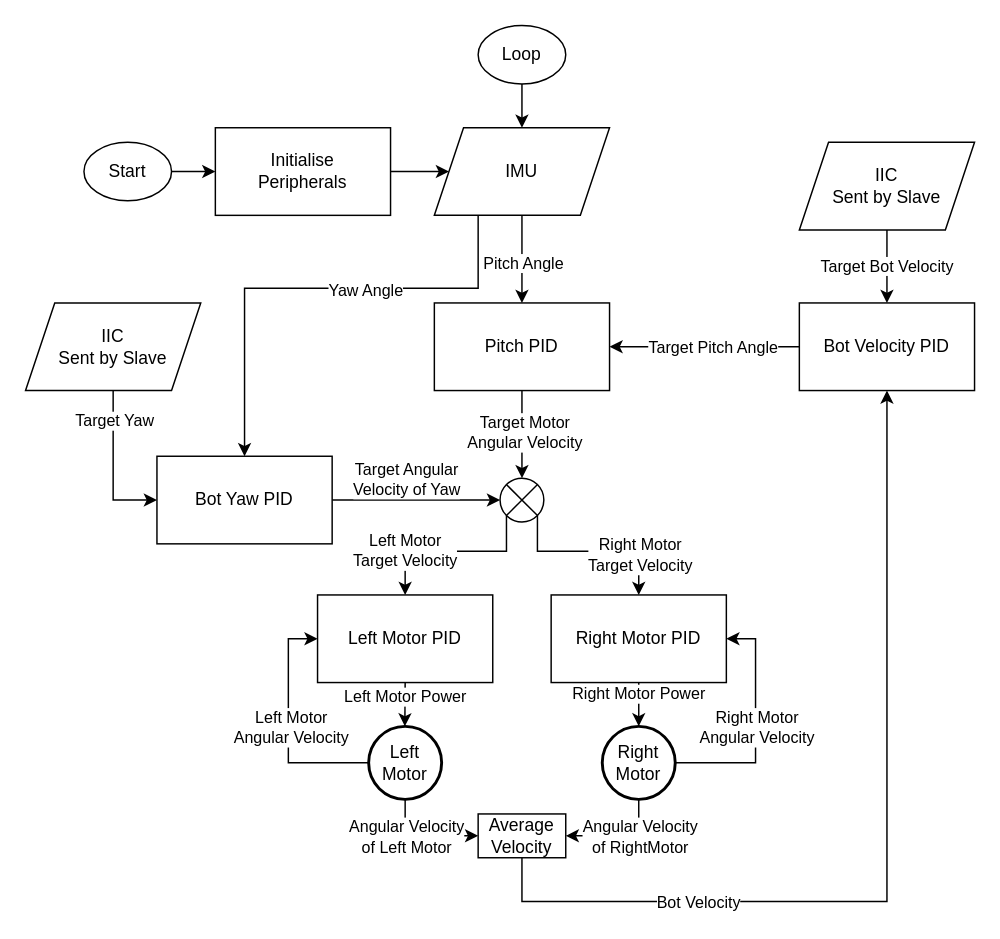
Before: docs/AIPS_Workflow.drawio in bryanli-ucl/AIPS, a draw.io diagram. Source tidied: cells renumbered, new cells numbered last; positions are measured from the earlier drawing's top-left corner, leaving out a move shared by most shapes. Both pictures are drawn from the tidied source at 146%, with x=0, y=0 at pixel (25, 25).
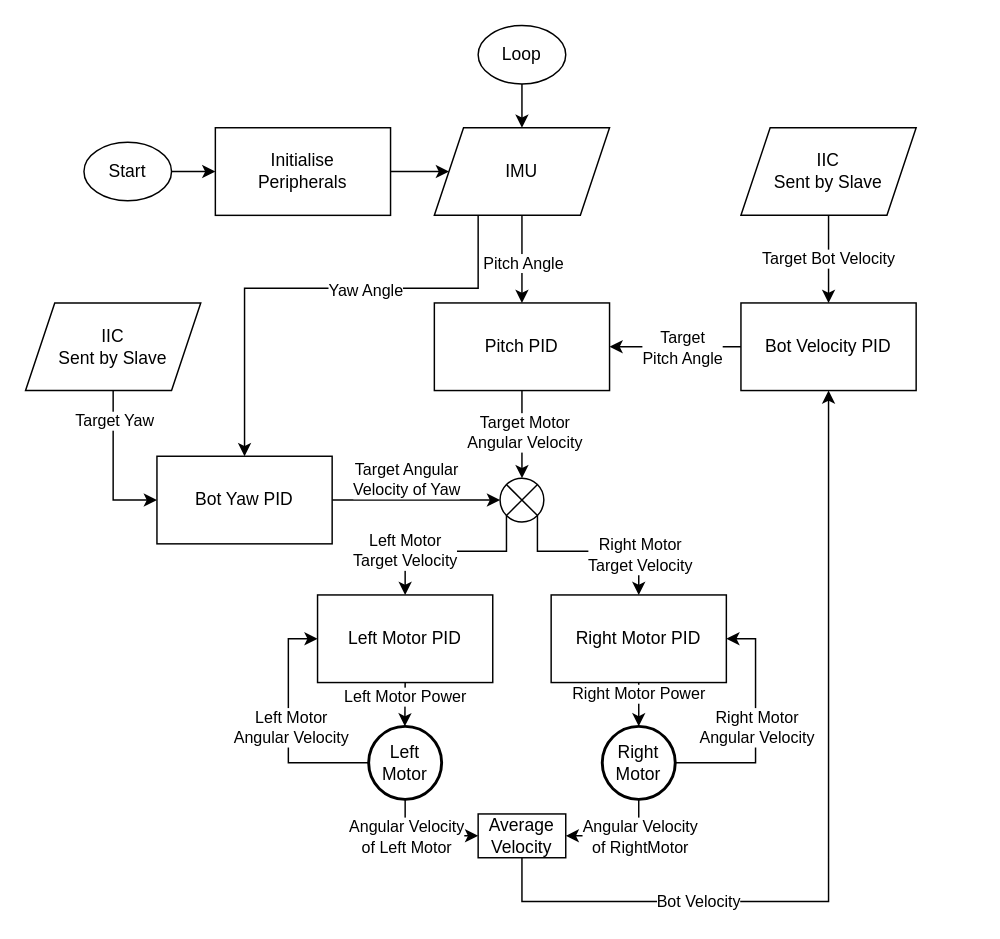
The same page after the edit.

The change refers to these unchanged cells:
```xml
<mxCell id="9" style="edgeStyle=orthogonalEdgeStyle;rounded=0;jettySize=auto;html=1;entryX=1;entryY=0.5;entryDx=0;entryDy=0;" parent="1" edge="1" source="11" target="4">
  <mxGeometry relative="1" as="geometry" />
</mxCell>
<mxCell id="50" value="Average&lt;div&gt;Velocity&lt;/div&gt;" style="whiteSpace=wrap;html=1;" parent="1" vertex="1">
  <mxGeometry x="310" y="540" width="60" height="30" as="geometry" />
</mxCell>
```

What changed in the source:
```diff
@@
-    <mxCell id="10" value="Target Pitch Angle" style="edgeLabel;html=1;align=center;verticalAlign=middle;" parent="9" vertex="1">
+    <mxCell id="10" value="Target&lt;div&gt;Pitch Angle&lt;/div&gt;" style="edgeLabel;html=1;align=center;verticalAlign=middle;" parent="9" vertex="1">
       <mxGeometry x="-0.03" relative="1" as="geometry">
         <mxPoint x="3" as="offset" />
       </mxGeometry>
     </mxCell>
     <mxCell id="11" value="Bot Velocity PID" style="whiteSpace=wrap;html=1;" parent="1" vertex="1">
-      <mxGeometry x="530" y="190" width="120" height="60" as="geometry" />
+      <mxGeometry x="490" y="190" width="120" height="60" as="geometry" />
     </mxCell>
@@
     <mxCell id="14" value="IIC&lt;div&gt;Sent by Slave&lt;/div&gt;" style="shape=parallelogram;perimeter=parallelogramPerimeter;whiteSpace=wrap;html=1;fixedSize=1;" parent="1" vertex="1">
-      <mxGeometry x="530" y="80" width="120" height="60" as="geometry" />
+      <mxGeometry x="490" y="70" width="120" height="60" as="geometry" />
     </mxCell>
@@
     <mxCell id="48" style="edgeStyle=orthogonalEdgeStyle;rounded=0;jettySize=auto;html=1;entryX=0.5;entryY=1;entryDx=0;entryDy=0;" parent="1" edge="1" source="50" target="11">
       <mxGeometry relative="1" as="geometry">
         <Array as="points">
           <mxPoint x="340" y="600" />
-          <mxPoint x="590" y="600" />
+          <mxPoint x="550" y="600" />
+          <mxPoint x="550" y="250" />
         </Array>
       </mxGeometry>
     </mxCell>
```
